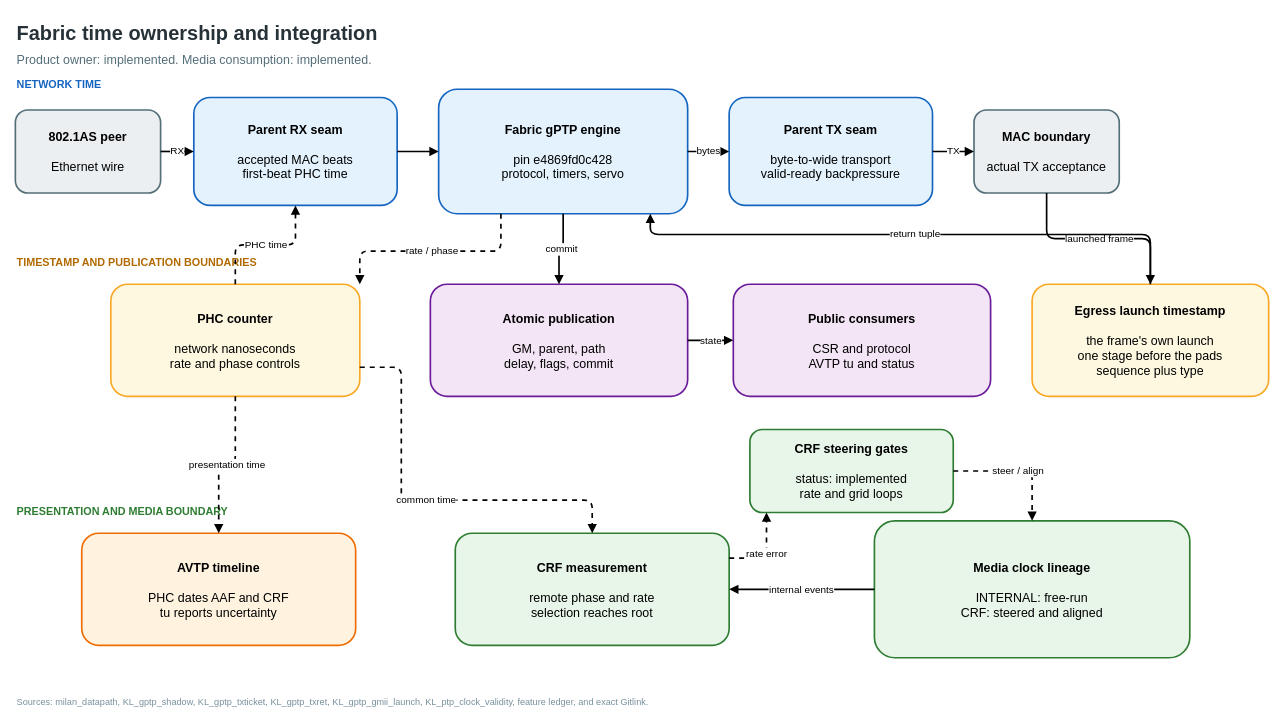
This is docs/diagrams/timesync_chain.drawio from kebag-logic/milan-fpga, a draw.io file, before an edit. Source tidied: cells renumbered, new cells numbered last; positions are measured from the earlier drawing's top-left corner, leaving out a move shared by most shapes. Both pictures are drawn from the tidied source at 83%, with x=0, y=0 at pixel (15, 14).
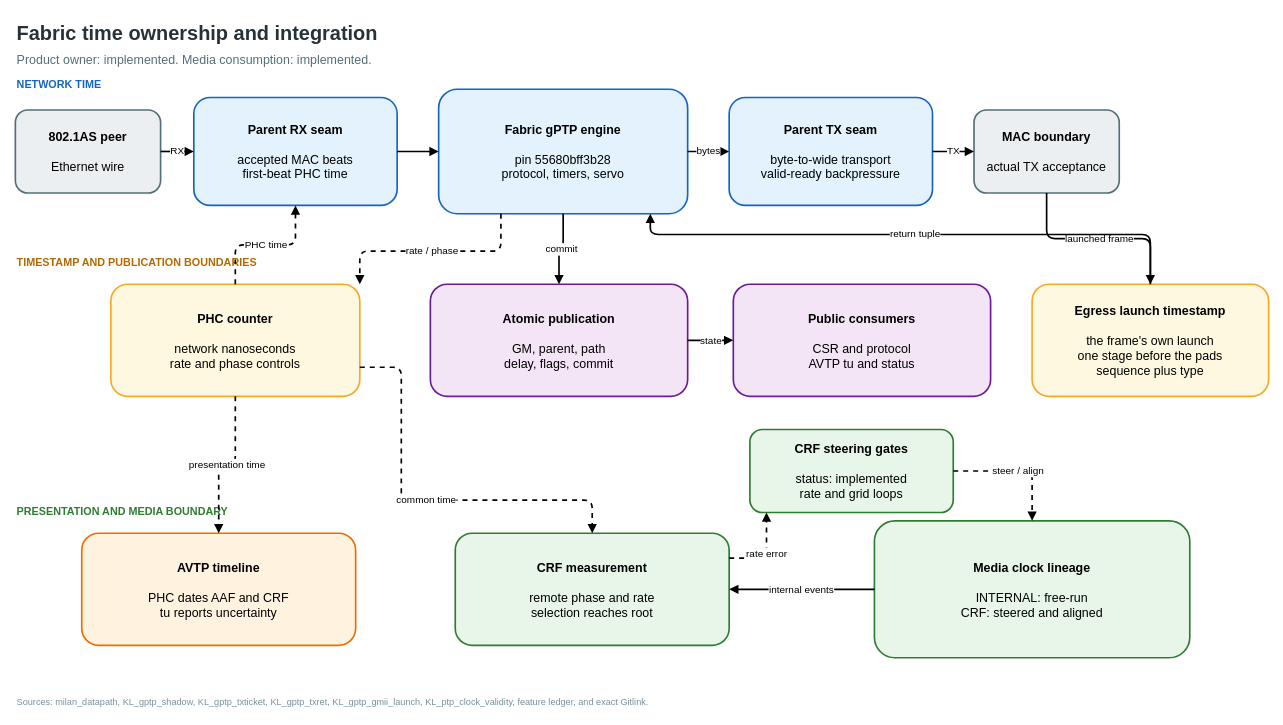
Above is the later version.

Change to the diagram source:
```diff
@@
-    <mxCell id="10" value="&lt;b&gt;Fabric gPTP engine&lt;/b&gt;&lt;br&gt;&lt;br&gt;pin e4869fd0c428&lt;br&gt;protocol, timers, servo" style="rounded=1;whiteSpace=wrap;html=1;verticalAlign=middle;align=center;fontSize=15;strokeWidth=2;fillColor=#E3F2FD;strokeColor=#1565C0;" parent="1" vertex="1">
+    <mxCell id="10" value="&lt;b&gt;Fabric gPTP engine&lt;/b&gt;&lt;br&gt;&lt;br&gt;pin 55680bff3b28&lt;br&gt;protocol, timers, servo" style="rounded=1;whiteSpace=wrap;html=1;verticalAlign=middle;align=center;fontSize=15;strokeWidth=2;fillColor=#E3F2FD;strokeColor=#1565C0;" parent="1" vertex="1">
       <mxGeometry x="510" y="90" width="300" height="150" as="geometry" />
     </mxCell>
```
